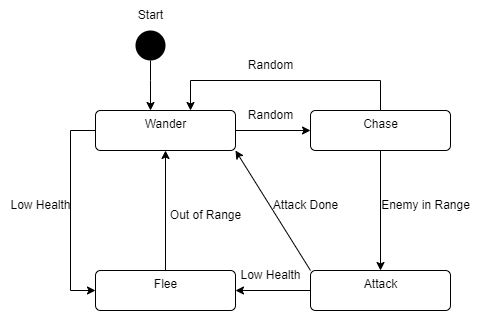
Before: Finite State Machine Diagram.drawio.png, a diagram exported from draw.io (Tom-J991/AIE-AI-Projects). Source tidied: cells renumbered, new cells last; positions are measured from the earlier drawing's top-left corner, leaving out a move shared by most shapes. Its diagram source:
```xml
<mxGraphModel>
  <root>
    <mxCell id="0" />
    <mxCell id="1" parent="0" />
    <mxCell id="2" value="Start" style="text;html=1;align=center;verticalAlign=middle;strokeColor=none;fillColor=none;" parent="1" vertex="1">
      <mxGeometry x="125" width="50" height="30" as="geometry" />
    </mxCell>
    <mxCell id="3" style="edgeStyle=orthogonalEdgeStyle;rounded=0;jettySize=auto;html=1;" parent="1" edge="1" source="4" target="15">
      <mxGeometry relative="1" as="geometry">
        <Array as="points">
          <mxPoint x="150" y="80" />
          <mxPoint x="150" y="80" />
        </Array>
      </mxGeometry>
    </mxCell>
    <mxCell id="4" style="ellipse;fillColor=#000000;strokeColor=none;" parent="1" vertex="1">
      <mxGeometry x="135" y="30" width="30" height="30" as="geometry" />
    </mxCell>
    <mxCell id="5" style="edgeStyle=orthogonalEdgeStyle;rounded=0;jettySize=auto;html=1;" parent="1" edge="1" source="7" target="12">
      <mxGeometry relative="1" as="geometry" />
    </mxCell>
    <mxCell id="6" style="rounded=0;jettySize=auto;html=1;exitX=0;exitY=0;exitDx=0;exitDy=0;entryX=1;entryY=1;entryDx=0;entryDy=0;" parent="1" edge="1" source="7" target="15">
      <mxGeometry relative="1" as="geometry" />
    </mxCell>
    <mxCell id="7" value="Attack" style="html=1;align=center;verticalAlign=top;rounded=1;absoluteArcSize=1;arcSize=10;dashed=0;" parent="1" vertex="1">
      <mxGeometry x="310" y="270" width="140" height="40" as="geometry" />
    </mxCell>
    <mxCell id="8" style="edgeStyle=orthogonalEdgeStyle;rounded=0;jettySize=auto;html=1;" parent="1" edge="1" source="10" target="7">
      <mxGeometry relative="1" as="geometry" />
    </mxCell>
    <mxCell id="9" style="edgeStyle=orthogonalEdgeStyle;rounded=0;jettySize=auto;html=1;" parent="1" edge="1" source="10" target="15">
      <mxGeometry relative="1" as="geometry">
        <Array as="points">
          <mxPoint x="380" y="80" />
          <mxPoint x="190" y="80" />
        </Array>
      </mxGeometry>
    </mxCell>
    <mxCell id="10" value="Chase" style="html=1;align=center;verticalAlign=top;rounded=1;absoluteArcSize=1;arcSize=10;dashed=0;" parent="1" vertex="1">
      <mxGeometry x="310" y="110" width="140" height="40" as="geometry" />
    </mxCell>
    <mxCell id="11" style="edgeStyle=orthogonalEdgeStyle;rounded=0;jettySize=auto;html=1;" parent="1" edge="1" source="12" target="15">
      <mxGeometry relative="1" as="geometry" />
    </mxCell>
    <mxCell id="12" value="Flee" style="html=1;align=center;verticalAlign=top;rounded=1;absoluteArcSize=1;arcSize=10;dashed=0;" parent="1" vertex="1">
      <mxGeometry x="95" y="270" width="140" height="40" as="geometry" />
    </mxCell>
    <mxCell id="13" style="edgeStyle=orthogonalEdgeStyle;rounded=0;jettySize=auto;html=1;" parent="1" edge="1" source="15" target="10">
      <mxGeometry relative="1" as="geometry" />
    </mxCell>
    <mxCell id="14" style="edgeStyle=orthogonalEdgeStyle;rounded=0;jettySize=auto;html=1;entryX=0;entryY=0.5;entryDx=0;entryDy=0;" parent="1" edge="1" source="15" target="12">
      <mxGeometry relative="1" as="geometry">
        <Array as="points">
          <mxPoint x="70" y="130" />
          <mxPoint x="70" y="290" />
        </Array>
      </mxGeometry>
    </mxCell>
    <mxCell id="15" value="Wander" style="html=1;align=center;verticalAlign=top;rounded=1;absoluteArcSize=1;arcSize=10;dashed=0;" parent="1" vertex="1">
      <mxGeometry x="95" y="110" width="140" height="40" as="geometry" />
    </mxCell>
    <mxCell id="16" value="Random" style="text;html=1;align=center;verticalAlign=middle;strokeColor=none;fillColor=none;" parent="1" vertex="1">
      <mxGeometry x="235" y="50" width="70" height="30" as="geometry" />
    </mxCell>
    <mxCell id="17" value="Random" style="text;html=1;align=center;verticalAlign=middle;strokeColor=none;fillColor=none;" parent="1" vertex="1">
      <mxGeometry x="235" y="100" width="70" height="30" as="geometry" />
    </mxCell>
    <mxCell id="18" value="Enemy in Range" style="text;html=1;align=center;verticalAlign=middle;strokeColor=none;fillColor=none;" parent="1" vertex="1">
      <mxGeometry x="370" y="190" width="110" height="30" as="geometry" />
    </mxCell>
    <mxCell id="19" value="Attack Done" style="text;html=1;align=center;verticalAlign=middle;strokeColor=none;fillColor=none;" parent="1" vertex="1">
      <mxGeometry x="260" y="190" width="90" height="30" as="geometry" />
    </mxCell>
    <mxCell id="20" value="Low Health" style="text;html=1;align=center;verticalAlign=middle;strokeColor=none;fillColor=none;" parent="1" vertex="1">
      <mxGeometry x="230" y="260" width="80" height="30" as="geometry" />
    </mxCell>
    <mxCell id="21" value="Low Health" style="text;html=1;align=center;verticalAlign=middle;strokeColor=none;fillColor=none;" parent="1" vertex="1">
      <mxGeometry y="190" width="80" height="30" as="geometry" />
    </mxCell>
    <mxCell id="22" value="Out of Range" style="text;html=1;align=center;verticalAlign=middle;strokeColor=none;fillColor=none;" parent="1" vertex="1">
      <mxGeometry x="160" y="200" width="90" height="30" as="geometry" />
    </mxCell>
  </root>
</mxGraphModel>
```
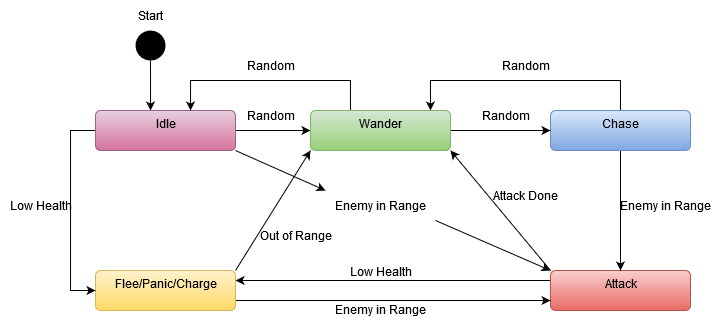
Later version of the same file.

Diff of the diagram source:
```diff
@@ -17,35 +17,48 @@
       <mxGeometry x="135" y="30" width="30" height="30" as="geometry" />
     </mxCell>
     <mxCell id="5" style="edgeStyle=orthogonalEdgeStyle;rounded=0;jettySize=auto;html=1;" parent="1" edge="1" source="7" target="12">
-      <mxGeometry relative="1" as="geometry" />
+      <mxGeometry relative="1" as="geometry">
+        <Array as="points">
+          <mxPoint x="360" y="280" />
+          <mxPoint x="360" y="280" />
+        </Array>
+      </mxGeometry>
     </mxCell>
-    <mxCell id="6" style="rounded=0;jettySize=auto;html=1;exitX=0;exitY=0;exitDx=0;exitDy=0;entryX=1;entryY=1;entryDx=0;entryDy=0;" parent="1" edge="1" source="7" target="15">
+    <mxCell id="6" style="rounded=0;jettySize=auto;html=1;exitX=0;exitY=0;exitDx=0;exitDy=0;entryX=1;entryY=1;entryDx=0;entryDy=0;" parent="1" edge="1" source="7" target="28">
       <mxGeometry relative="1" as="geometry" />
     </mxCell>
-    <mxCell id="7" value="Attack" style="html=1;align=center;verticalAlign=top;rounded=1;absoluteArcSize=1;arcSize=10;dashed=0;" parent="1" vertex="1">
-      <mxGeometry x="310" y="270" width="140" height="40" as="geometry" />
+    <mxCell id="7" value="Attack" style="html=1;align=center;verticalAlign=top;rounded=1;absoluteArcSize=1;arcSize=10;dashed=0;fillColor=#f8cecc;gradientColor=#ea6b66;strokeColor=#b85450;" parent="1" vertex="1">
+      <mxGeometry x="550" y="270" width="140" height="40" as="geometry" />
     </mxCell>
     <mxCell id="8" style="edgeStyle=orthogonalEdgeStyle;rounded=0;jettySize=auto;html=1;" parent="1" edge="1" source="10" target="7">
       <mxGeometry relative="1" as="geometry" />
     </mxCell>
-    <mxCell id="9" style="edgeStyle=orthogonalEdgeStyle;rounded=0;jettySize=auto;html=1;" parent="1" edge="1" source="10" target="15">
+    <mxCell id="9" style="edgeStyle=orthogonalEdgeStyle;rounded=0;jettySize=auto;html=1;" parent="1" edge="1" source="10" target="28">
       <mxGeometry relative="1" as="geometry">
         <Array as="points">
-          <mxPoint x="380" y="80" />
-          <mxPoint x="190" y="80" />
+          <mxPoint x="620" y="80" />
+          <mxPoint x="430" y="80" />
         </Array>
       </mxGeometry>
     </mxCell>
-    <mxCell id="10" value="Chase" style="html=1;align=center;verticalAlign=top;rounded=1;absoluteArcSize=1;arcSize=10;dashed=0;" parent="1" vertex="1">
-      <mxGeometry x="310" y="110" width="140" height="40" as="geometry" />
+    <mxCell id="10" value="Chase" style="html=1;align=center;verticalAlign=top;rounded=1;absoluteArcSize=1;arcSize=10;dashed=0;fillColor=#dae8fc;gradientColor=#7ea6e0;strokeColor=#6c8ebf;" parent="1" vertex="1">
+      <mxGeometry x="550" y="110" width="140" height="40" as="geometry" />
     </mxCell>
-    <mxCell id="11" style="edgeStyle=orthogonalEdgeStyle;rounded=0;jettySize=auto;html=1;" parent="1" edge="1" source="12" target="15">
-      <mxGeometry relative="1" as="geometry" />
-    </mxCell>
+    <mxCell id="23" style="rounded=0;jettySize=auto;html=1;exitX=1;exitY=0;exitDx=0;exitDy=0;entryX=0;entryY=1;entryDx=0;entryDy=0;" parent="1" edge="1" source="12" target="28">
+      <mxGeometry relative="1" as="geometry" />
+    </mxCell>
+    <mxCell id="24" style="edgeStyle=orthogonalEdgeStyle;rounded=0;jettySize=auto;html=1;" parent="1" edge="1" source="12" target="7">
+      <mxGeometry relative="1" as="geometry">
+        <Array as="points">
+          <mxPoint x="390" y="300" />
+          <mxPoint x="390" y="300" />
+        </Array>
+      </mxGeometry>
+    </mxCell>
-    <mxCell id="12" value="Flee" style="html=1;align=center;verticalAlign=top;rounded=1;absoluteArcSize=1;arcSize=10;dashed=0;" parent="1" vertex="1">
+    <mxCell id="12" value="Flee/Panic/Charge" style="html=1;align=center;verticalAlign=top;rounded=1;absoluteArcSize=1;arcSize=10;dashed=0;fillColor=#fff2cc;gradientColor=#ffd966;strokeColor=#d6b656;" parent="1" vertex="1">
       <mxGeometry x="95" y="270" width="140" height="40" as="geometry" />
     </mxCell>
-    <mxCell id="13" style="edgeStyle=orthogonalEdgeStyle;rounded=0;jettySize=auto;html=1;" parent="1" edge="1" source="15" target="10">
+    <mxCell id="13" style="edgeStyle=orthogonalEdgeStyle;rounded=0;jettySize=auto;html=1;exitX=1;exitY=0.5;exitDx=0;exitDy=0;" parent="1" edge="1" source="28" target="10">
       <mxGeometry relative="1" as="geometry" />
     </mxCell>
     <mxCell id="14" style="edgeStyle=orthogonalEdgeStyle;rounded=0;jettySize=auto;html=1;entryX=0;entryY=0.5;entryDx=0;entryDy=0;" parent="1" edge="1" source="15" target="12">
@@ -56,29 +69,61 @@
         </Array>
       </mxGeometry>
     </mxCell>
+    <mxCell id="25" style="edgeStyle=orthogonalEdgeStyle;rounded=0;jettySize=auto;html=1;" parent="1" edge="1" source="15" target="28">
+      <mxGeometry relative="1" as="geometry" />
+    </mxCell>
+    <mxCell id="26" style="rounded=0;jettySize=auto;html=1;exitX=1;exitY=1;exitDx=0;exitDy=0;entryX=0;entryY=0;entryDx=0;entryDy=0;" parent="1" edge="1" source="32" target="7">
+      <mxGeometry relative="1" as="geometry" />
+    </mxCell>
-    <mxCell id="15" value="Wander" style="html=1;align=center;verticalAlign=top;rounded=1;absoluteArcSize=1;arcSize=10;dashed=0;" parent="1" vertex="1">
+    <mxCell id="15" value="Idle" style="html=1;align=center;verticalAlign=top;rounded=1;absoluteArcSize=1;arcSize=10;dashed=0;fillColor=#e6d0de;strokeColor=#996185;gradientColor=#d5739d;" parent="1" vertex="1">
       <mxGeometry x="95" y="110" width="140" height="40" as="geometry" />
     </mxCell>
     <mxCell id="16" value="Random" style="text;html=1;align=center;verticalAlign=middle;strokeColor=none;fillColor=none;" parent="1" vertex="1">
-      <mxGeometry x="235" y="50" width="70" height="30" as="geometry" />
+      <mxGeometry x="490" y="50" width="70" height="30" as="geometry" />
     </mxCell>
     <mxCell id="17" value="Random" style="text;html=1;align=center;verticalAlign=middle;strokeColor=none;fillColor=none;" parent="1" vertex="1">
-      <mxGeometry x="235" y="100" width="70" height="30" as="geometry" />
+      <mxGeometry x="470" y="100" width="70" height="30" as="geometry" />
     </mxCell>
     <mxCell id="18" value="Enemy in Range" style="text;html=1;align=center;verticalAlign=middle;strokeColor=none;fillColor=none;" parent="1" vertex="1">
-      <mxGeometry x="370" y="190" width="110" height="30" as="geometry" />
+      <mxGeometry x="610" y="190" width="110" height="30" as="geometry" />
     </mxCell>
     <mxCell id="19" value="Attack Done" style="text;html=1;align=center;verticalAlign=middle;strokeColor=none;fillColor=none;" parent="1" vertex="1">
-      <mxGeometry x="260" y="190" width="90" height="30" as="geometry" />
+      <mxGeometry x="480" y="180" width="90" height="30" as="geometry" />
     </mxCell>
     <mxCell id="20" value="Low Health" style="text;html=1;align=center;verticalAlign=middle;strokeColor=none;fillColor=none;" parent="1" vertex="1">
-      <mxGeometry x="230" y="260" width="80" height="30" as="geometry" />
+      <mxGeometry x="340" y="256" width="80" height="30" as="geometry" />
     </mxCell>
     <mxCell id="21" value="Low Health" style="text;html=1;align=center;verticalAlign=middle;strokeColor=none;fillColor=none;" parent="1" vertex="1">
       <mxGeometry y="190" width="80" height="30" as="geometry" />
     </mxCell>
     <mxCell id="22" value="Out of Range" style="text;html=1;align=center;verticalAlign=middle;strokeColor=none;fillColor=none;" parent="1" vertex="1">
-      <mxGeometry x="160" y="200" width="90" height="30" as="geometry" />
+      <mxGeometry x="250" y="220" width="90" height="30" as="geometry" />
     </mxCell>
+    <mxCell id="27" style="edgeStyle=orthogonalEdgeStyle;rounded=0;jettySize=auto;html=1;" parent="1" edge="1" source="28" target="15">
+      <mxGeometry relative="1" as="geometry">
+        <Array as="points">
+          <mxPoint x="350" y="80" />
+          <mxPoint x="190" y="80" />
+        </Array>
+      </mxGeometry>
+    </mxCell>
+    <mxCell id="28" value="Wander" style="html=1;align=center;verticalAlign=top;rounded=1;absoluteArcSize=1;arcSize=10;dashed=0;fillColor=#d5e8d4;gradientColor=#97d077;strokeColor=#82b366;" parent="1" vertex="1">
+      <mxGeometry x="310" y="110" width="140" height="40" as="geometry" />
+    </mxCell>
+    <mxCell id="29" value="Random" style="text;html=1;align=center;verticalAlign=middle;strokeColor=none;fillColor=none;" parent="1" vertex="1">
+      <mxGeometry x="235" y="50" width="70" height="30" as="geometry" />
+    </mxCell>
+    <mxCell id="30" value="Random" style="text;html=1;align=center;verticalAlign=middle;strokeColor=none;fillColor=none;" parent="1" vertex="1">
+      <mxGeometry x="235" y="100" width="70" height="30" as="geometry" />
+    </mxCell>
+    <mxCell id="31" style="rounded=0;jettySize=auto;html=1;exitX=1;exitY=1;exitDx=0;exitDy=0;entryX=0;entryY=0;entryDx=0;entryDy=0;" parent="1" edge="1" source="15" target="32">
+      <mxGeometry relative="1" as="geometry" />
+    </mxCell>
+    <mxCell id="32" value="Enemy in Range" style="text;html=1;align=center;verticalAlign=middle;points=[];strokeColor=none;fillColor=none;" parent="1" vertex="1">
+      <mxGeometry x="325" y="190" width="110" height="30" as="geometry" />
+    </mxCell>
+    <mxCell id="33" value="Enemy in Range" style="text;html=1;align=center;verticalAlign=middle;strokeColor=none;fillColor=none;" parent="1" vertex="1">
+      <mxGeometry x="325" y="294" width="110" height="30" as="geometry" />
+    </mxCell>
   </root>
 </mxGraphModel>
```
